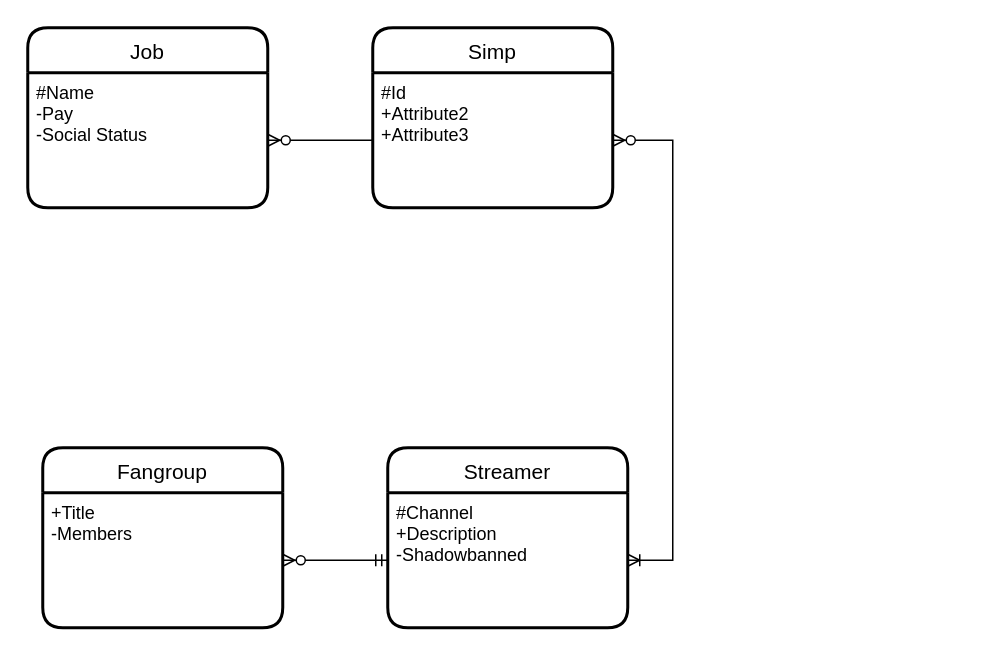
This is page "Diagrama E-R" (3 of 3) of Arquitectura de SimpSimulator.drawio from ismaelthemememaster/simp-simulator-backend, a draw.io file, before an edit. Source tidied: cells renumbered, new cells numbered last; positions are measured from the earlier drawing's top-left corner, leaving out a move shared by most shapes. Both pictures are drawn from the tidied source at 150%, with x=0, y=0 at pixel (27, 27).
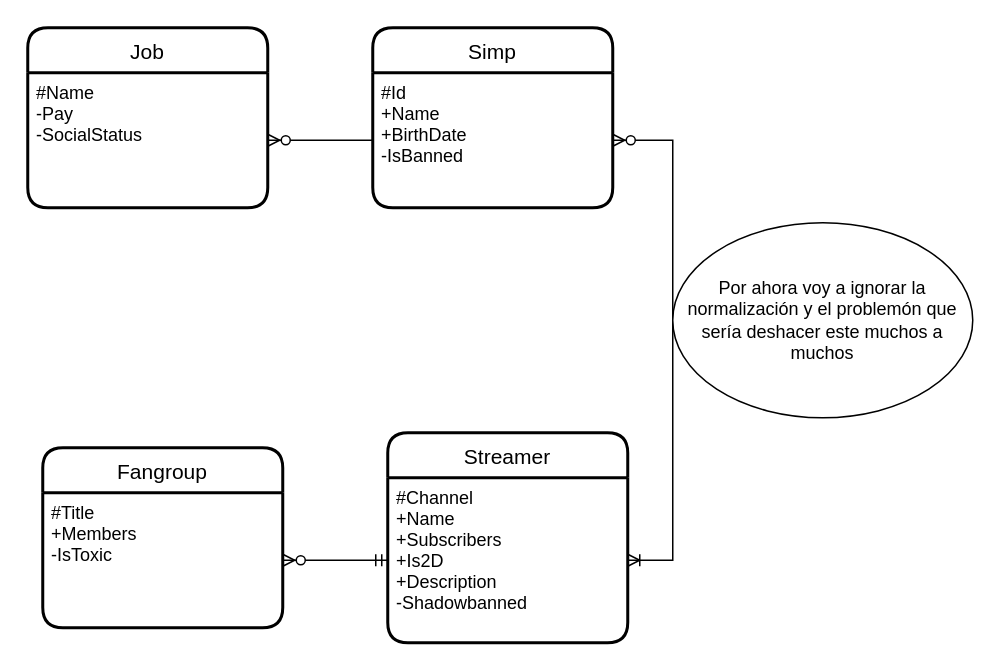
Above is the later version.

Commit message:
feat: added notes to ER diagram

Change to the diagram source:
```diff
@@
 <mxGraphModel>
   <root>
     <mxCell id="0" />
     <mxCell id="1" parent="0" />
     <mxCell id="2" value="Simp" style="swimlane;horizontal=1;startSize=30;rounded=1;fontSize=14;fontStyle=0;strokeWidth=2;shadow=0;dashed=0;align=center;" parent="1" vertex="1">
       <mxGeometry x="230" width="160" height="120" as="geometry" />
     </mxCell>
-    <mxCell id="3" value="#Id&#10;+Attribute2&#10;+Attribute3" style="align=left;strokeColor=none;fillColor=none;spacingLeft=4;fontSize=12;verticalAlign=top;" parent="2" vertex="1">
+    <mxCell id="3" value="#Id&#10;+Name&#10;+BirthDate&#10;-IsBanned" style="align=left;strokeColor=none;fillColor=none;spacingLeft=4;fontSize=12;verticalAlign=top;" parent="2" vertex="1">
       <mxGeometry y="30" width="160" height="90" as="geometry" />
     </mxCell>
     <mxCell id="4" value="Fangroup" style="swimlane;horizontal=1;startSize=30;rounded=1;fontSize=14;fontStyle=0;strokeWidth=2;shadow=0;dashed=0;align=center;" parent="1" vertex="1">
       <mxGeometry x="10" y="280" width="160" height="120" as="geometry" />
     </mxCell>
-    <mxCell id="5" value="+Title&#10;-Members" style="align=left;strokeColor=none;fillColor=none;spacingLeft=4;fontSize=12;verticalAlign=top;" parent="4" vertex="1">
+    <mxCell id="5" value="#Title&#10;+Members&#10;-IsToxic" style="align=left;strokeColor=none;fillColor=none;spacingLeft=4;fontSize=12;verticalAlign=top;" parent="4" vertex="1">
       <mxGeometry y="30" width="160" height="90" as="geometry" />
     </mxCell>
     <mxCell id="6" value="Streamer" style="swimlane;horizontal=1;startSize=30;rounded=1;fontSize=14;fontStyle=0;strokeWidth=2;shadow=0;dashed=0;align=center;" parent="1" vertex="1">
-      <mxGeometry x="240" y="280" width="160" height="120" as="geometry" />
+      <mxGeometry x="240" y="270" width="160" height="140" as="geometry" />
     </mxCell>
-    <mxCell id="7" value="#Channel&#10;+Description&#10;-Shadowbanned" style="align=left;strokeColor=none;fillColor=none;spacingLeft=4;fontSize=12;verticalAlign=top;" parent="6" vertex="1">
-      <mxGeometry y="30" width="160" height="90" as="geometry" />
+    <mxCell id="7" value="#Channel&#10;+Name&#10;+Subscribers&#10;+Is2D&#10;+Description&#10;-Shadowbanned" style="align=left;strokeColor=none;fillColor=none;spacingLeft=4;fontSize=12;verticalAlign=top;" parent="6" vertex="1">
+      <mxGeometry y="30" width="160" height="110" as="geometry" />
     </mxCell>
     <mxCell id="8" value="Job" style="swimlane;horizontal=1;startSize=30;rounded=1;fontSize=14;fontStyle=0;strokeWidth=2;shadow=0;dashed=0;align=center;" parent="1" vertex="1">
       <mxGeometry width="160" height="120" as="geometry" />
     </mxCell>
-    <mxCell id="9" value="#Name&#10;-Pay&#10;-Social Status" style="align=left;strokeColor=none;fillColor=none;spacingLeft=4;fontSize=12;verticalAlign=top;" parent="8" vertex="1">
+    <mxCell id="9" value="#Name&#10;-Pay&#10;-SocialStatus" style="align=left;strokeColor=none;fillColor=none;spacingLeft=4;fontSize=12;verticalAlign=top;" parent="8" vertex="1">
       <mxGeometry y="30" width="160" height="90" as="geometry" />
     </mxCell>
     <mxCell id="10" style="edgeStyle=entityRelationEdgeStyle;fontSize=12;html=1;endArrow=ERzeroToMany;endFill=1;rounded=0;" parent="1" edge="1" source="3" target="9">
       <mxGeometry relative="1" as="geometry" />
     </mxCell>
     <mxCell id="11" style="edgeStyle=entityRelationEdgeStyle;fontSize=12;html=1;endArrow=ERoneToMany;startArrow=ERzeroToMany;rounded=0;" parent="1" edge="1" source="3" target="7">
       <mxGeometry relative="1" as="geometry" />
     </mxCell>
     <mxCell id="12" style="edgeStyle=entityRelationEdgeStyle;fontSize=12;html=1;endArrow=ERzeroToMany;startArrow=ERmandOne;rounded=0;" parent="1" edge="1" source="7" target="5">
       <mxGeometry relative="1" as="geometry" />
     </mxCell>
+    <mxCell id="13" value="Por ahora voy a ignorar la normalización y el problemón que sería deshacer este muchos a muchos" style="ellipse;whiteSpace=wrap;html=1;" parent="1" vertex="1">
+      <mxGeometry x="430" y="130" width="200" height="130" as="geometry" />
+    </mxCell>
   </root>
 </mxGraphModel>
```
